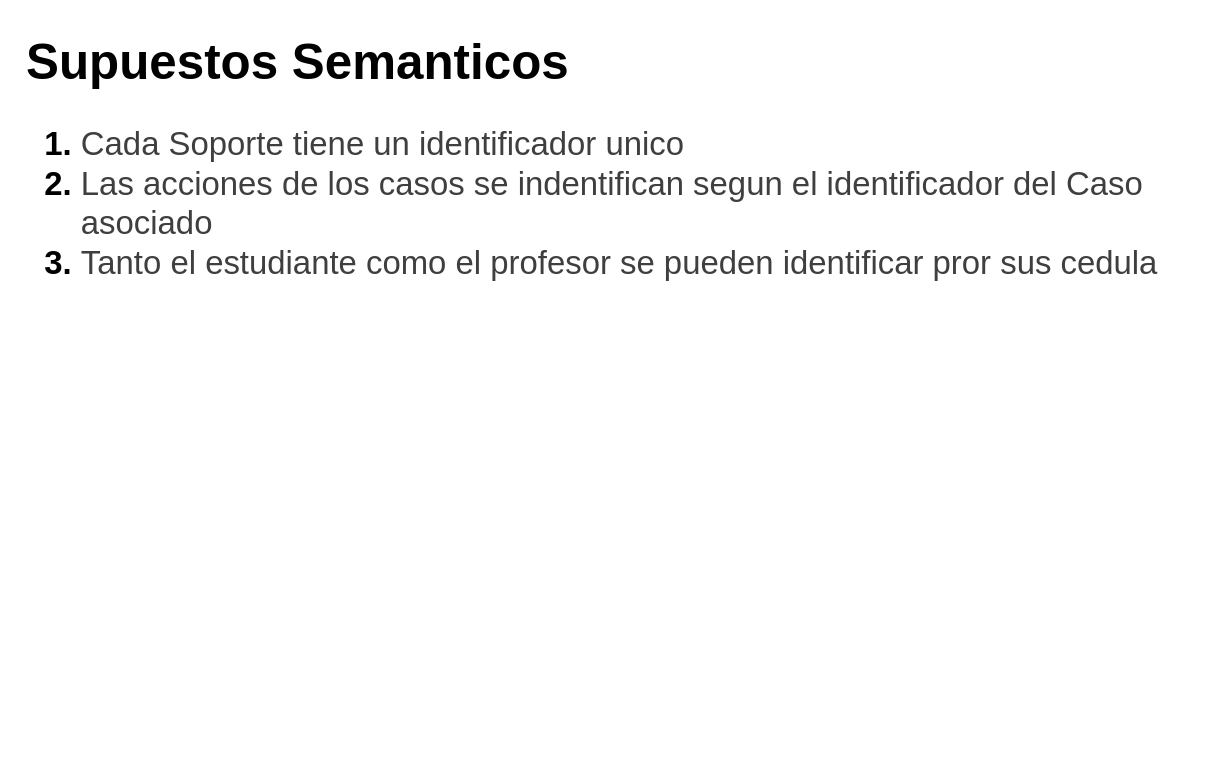
Before: page "Supuestos" (2 of 2) of doc/diagramaConceptual.drawio in DanielCarrenoMar/ClinicaJuridica-UCAB, a draw.io diagram. Source tidied: cells renumbered, new cells numbered last; positions are measured from the earlier drawing's top-left corner, leaving out a move shared by most shapes. Both pictures are drawn from the tidied source at 137%, with x=0, y=0 at pixel (23, 23).
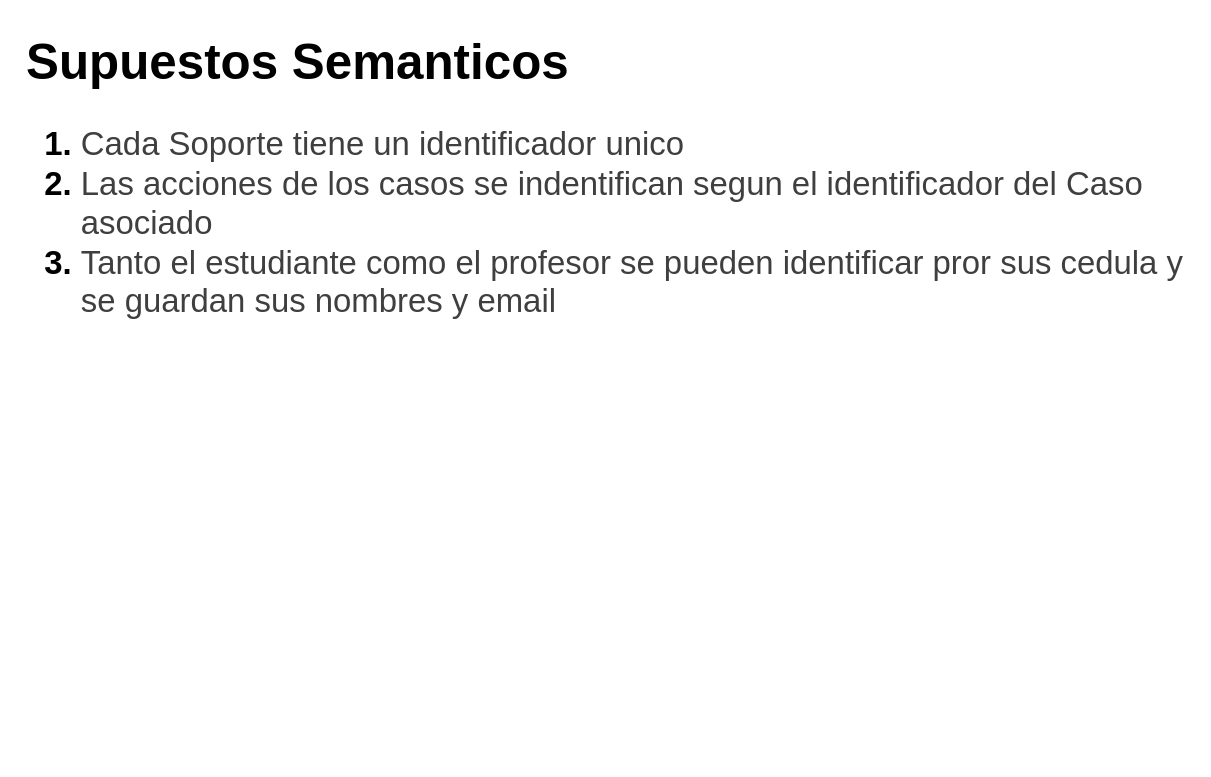
The same page after the edit.

Commit message (it also covers changes not shown here):
doc: agregar email y nombre a alumnos y profesores

Diff of the diagram source:
```diff
@@
 <mxGraphModel>
   <root>
     <mxCell id="0" />
     <mxCell id="1" parent="0" />
-    <mxCell id="2" value="&lt;h1 style=&quot;margin-top: 0px;&quot;&gt;&lt;font style=&quot;font-size: 36px;&quot;&gt;Supuestos Semanticos&lt;/font&gt;&lt;/h1&gt;&lt;h1 style=&quot;margin-top: 0px;&quot;&gt;&lt;ol&gt;&lt;li&gt;&lt;span style=&quot;background-color: transparent; color: rgb(63, 63, 63); font-weight: normal;&quot;&gt;Cada Soporte tiene un identificador unico&lt;/span&gt;&lt;/li&gt;&lt;li&gt;&lt;span style=&quot;background-color: transparent; color: rgb(63, 63, 63); font-weight: normal;&quot;&gt;Las acciones de los casos se indentifican segun el identificador del Caso asociado&lt;/span&gt;&lt;/li&gt;&lt;li&gt;&lt;span style=&quot;background-color: transparent; color: rgb(63, 63, 63); font-weight: normal;&quot;&gt;Tanto el estudiante como el profesor se pueden identificar pror sus cedula&lt;/span&gt;&lt;/li&gt;&lt;/ol&gt;&lt;/h1&gt;&lt;p&gt;&lt;/p&gt;" style="text;html=1;whiteSpace=wrap;overflow=hidden;rounded=0;" parent="1" vertex="1">
+    <mxCell id="2" value="&lt;h1 style=&quot;margin-top: 0px;&quot;&gt;&lt;font style=&quot;font-size: 36px;&quot;&gt;Supuestos Semanticos&lt;/font&gt;&lt;/h1&gt;&lt;h1 style=&quot;margin-top: 0px;&quot;&gt;&lt;ol&gt;&lt;li&gt;&lt;span style=&quot;background-color: transparent; color: rgb(63, 63, 63); font-weight: normal;&quot;&gt;Cada Soporte tiene un identificador unico&lt;/span&gt;&lt;/li&gt;&lt;li&gt;&lt;span style=&quot;background-color: transparent; color: rgb(63, 63, 63); font-weight: normal;&quot;&gt;Las acciones de los casos se indentifican segun el identificador del Caso asociado&lt;/span&gt;&lt;/li&gt;&lt;li&gt;&lt;span style=&quot;background-color: transparent; color: rgb(63, 63, 63); font-weight: normal;&quot;&gt;Tanto el estudiante como el profesor se pueden identificar pror sus cedula y se guardan sus nombres y email&lt;/span&gt;&lt;/li&gt;&lt;/ol&gt;&lt;/h1&gt;&lt;p&gt;&lt;/p&gt;" style="text;html=1;whiteSpace=wrap;overflow=hidden;rounded=0;" parent="1" vertex="1">
       <mxGeometry width="850" height="530" as="geometry" />
     </mxCell>
   </root>
 </mxGraphModel>
```
